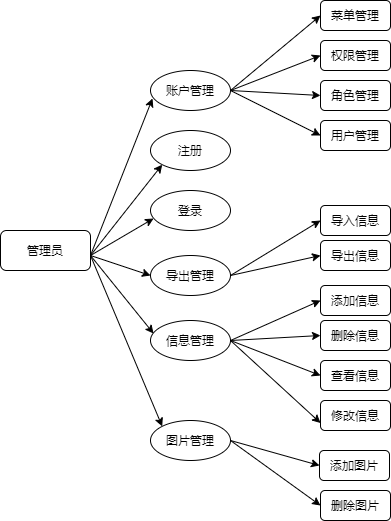
This is Untitled Diagram.png from CodeZhou0-1/advanced-java, a draw.io export, as it was before one commit. Source tidied: cells renumbered, new cells last; positions are measured from the earlier drawing's top-left corner, leaving out a move shared by most shapes.
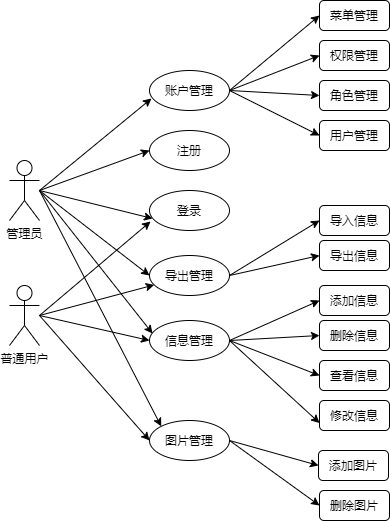
Above is the later version.

The edit, as a diff of the source:
```diff
@@ -2,9 +2,6 @@
   <root>
     <mxCell id="0" />
     <mxCell id="1" parent="0" />
-    <mxCell id="2" value="管理员" style="rounded=1;whiteSpace=wrap;html=1;" parent="1" vertex="1">
-      <mxGeometry y="230" width="90" height="40" as="geometry" />
-    </mxCell>
     <mxCell id="3" value="菜单管理" style="rounded=1;whiteSpace=wrap;html=1;" parent="1" vertex="1">
       <mxGeometry x="320" width="70" height="30" as="geometry" />
     </mxCell>
@@ -105,35 +102,61 @@
         <mxPoint x="230" y="440" as="sourcePoint" />
       </mxGeometry>
     </mxCell>
-    <mxCell id="33" style="endArrow=classic;html=1;entryX=0.025;entryY=0.7;entryDx=0;entryDy=0;entryPerimeter=0;" parent="1" edge="1" target="6">
+    <mxCell id="33" style="endArrow=classic;html=1;entryX=0.025;entryY=0.7;entryDx=0;entryDy=0;entryPerimeter=0;exitX=1;exitY=0.5;exitDx=0;exitDy=0;" parent="1" edge="1" target="6">
       <mxGeometry relative="1" as="geometry">
-        <mxPoint x="90" y="255" as="sourcePoint" />
+        <mxPoint x="40" y="190" as="sourcePoint" />
       </mxGeometry>
     </mxCell>
-    <mxCell id="34" style="endArrow=classic;html=1;entryX=0;entryY=1;entryDx=0;entryDy=0;" parent="1" edge="1" target="7">
+    <mxCell id="34" style="endArrow=classic;html=1;entryX=0;entryY=0.5;entryDx=0;entryDy=0;exitX=1;exitY=0.5;exitDx=0;exitDy=0;" parent="1" edge="1" target="7">
       <mxGeometry relative="1" as="geometry">
-        <mxPoint x="90" y="255" as="sourcePoint" />
+        <mxPoint x="40" y="190" as="sourcePoint" />
       </mxGeometry>
     </mxCell>
     <mxCell id="35" style="endArrow=classic;html=1;entryX=0.038;entryY=0.7;entryDx=0;entryDy=0;entryPerimeter=0;" parent="1" edge="1" target="9">
       <mxGeometry relative="1" as="geometry">
-        <mxPoint x="90" y="255" as="sourcePoint" />
+        <mxPoint x="40" y="190" as="sourcePoint" />
       </mxGeometry>
     </mxCell>
-    <mxCell id="36" style="endArrow=classic;html=1;entryX=0;entryY=0.5;entryDx=0;entryDy=0;" parent="1" edge="1" target="8">
+    <mxCell id="36" style="endArrow=classic;html=1;entryX=0;entryY=0.5;entryDx=0;entryDy=0;exitX=1;exitY=0.5;exitDx=0;exitDy=0;" parent="1" edge="1" target="8">
       <mxGeometry relative="1" as="geometry">
-        <mxPoint x="90" y="255" as="sourcePoint" />
+        <mxPoint x="40" y="190" as="sourcePoint" />
       </mxGeometry>
     </mxCell>
     <mxCell id="37" style="endArrow=classic;html=1;entryX=0.038;entryY=0.325;entryDx=0;entryDy=0;entryPerimeter=0;" parent="1" edge="1" target="11">
       <mxGeometry relative="1" as="geometry">
-        <mxPoint x="90" y="255" as="sourcePoint" />
+        <mxPoint x="40" y="190" as="sourcePoint" />
       </mxGeometry>
     </mxCell>
-    <mxCell id="38" style="endArrow=classic;html=1;entryX=0;entryY=0;entryDx=0;entryDy=0;" parent="1" edge="1" target="10">
+    <mxCell id="38" style="endArrow=classic;html=1;entryX=0;entryY=0;entryDx=0;entryDy=0;exitX=1;exitY=0.5;exitDx=0;exitDy=0;" parent="1" edge="1" target="10">
       <mxGeometry relative="1" as="geometry">
-        <mxPoint x="90" y="255" as="sourcePoint" />
+        <mxPoint x="40" y="190" as="sourcePoint" />
       </mxGeometry>
     </mxCell>
+    <mxCell id="39" style="endArrow=classic;html=1;entryX=0.013;entryY=0.775;entryDx=0;entryDy=0;entryPerimeter=0;" parent="1" edge="1" target="9">
+      <mxGeometry relative="1" as="geometry">
+        <mxPoint x="40" y="315" as="sourcePoint" />
+      </mxGeometry>
+    </mxCell>
+    <mxCell id="40" style="endArrow=classic;html=1;" parent="1" edge="1" target="8">
+      <mxGeometry relative="1" as="geometry">
+        <mxPoint x="40" y="315" as="sourcePoint" />
+      </mxGeometry>
+    </mxCell>
+    <mxCell id="41" style="endArrow=classic;html=1;entryX=0;entryY=0.5;entryDx=0;entryDy=0;" parent="1" edge="1" target="11">
+      <mxGeometry relative="1" as="geometry">
+        <mxPoint x="40" y="315" as="sourcePoint" />
+      </mxGeometry>
+    </mxCell>
+    <mxCell id="42" style="endArrow=classic;html=1;entryX=0;entryY=0.5;entryDx=0;entryDy=0;" parent="1" edge="1" target="10">
+      <mxGeometry relative="1" as="geometry">
+        <mxPoint x="40" y="315" as="sourcePoint" />
+      </mxGeometry>
+    </mxCell>
+    <mxCell id="2" value="管理员" style="shape=umlActor;verticalLabelPosition=bottom;verticalAlign=top;html=1;" parent="1" vertex="1">
+      <mxGeometry x="10" y="160" width="30" height="60" as="geometry" />
+    </mxCell>
+    <mxCell id="43" value="普通用户" style="shape=umlActor;verticalLabelPosition=bottom;verticalAlign=top;html=1;" parent="1" vertex="1">
+      <mxGeometry x="10" y="285" width="30" height="60" as="geometry" />
+    </mxCell>
   </root>
 </mxGraphModel>
```
